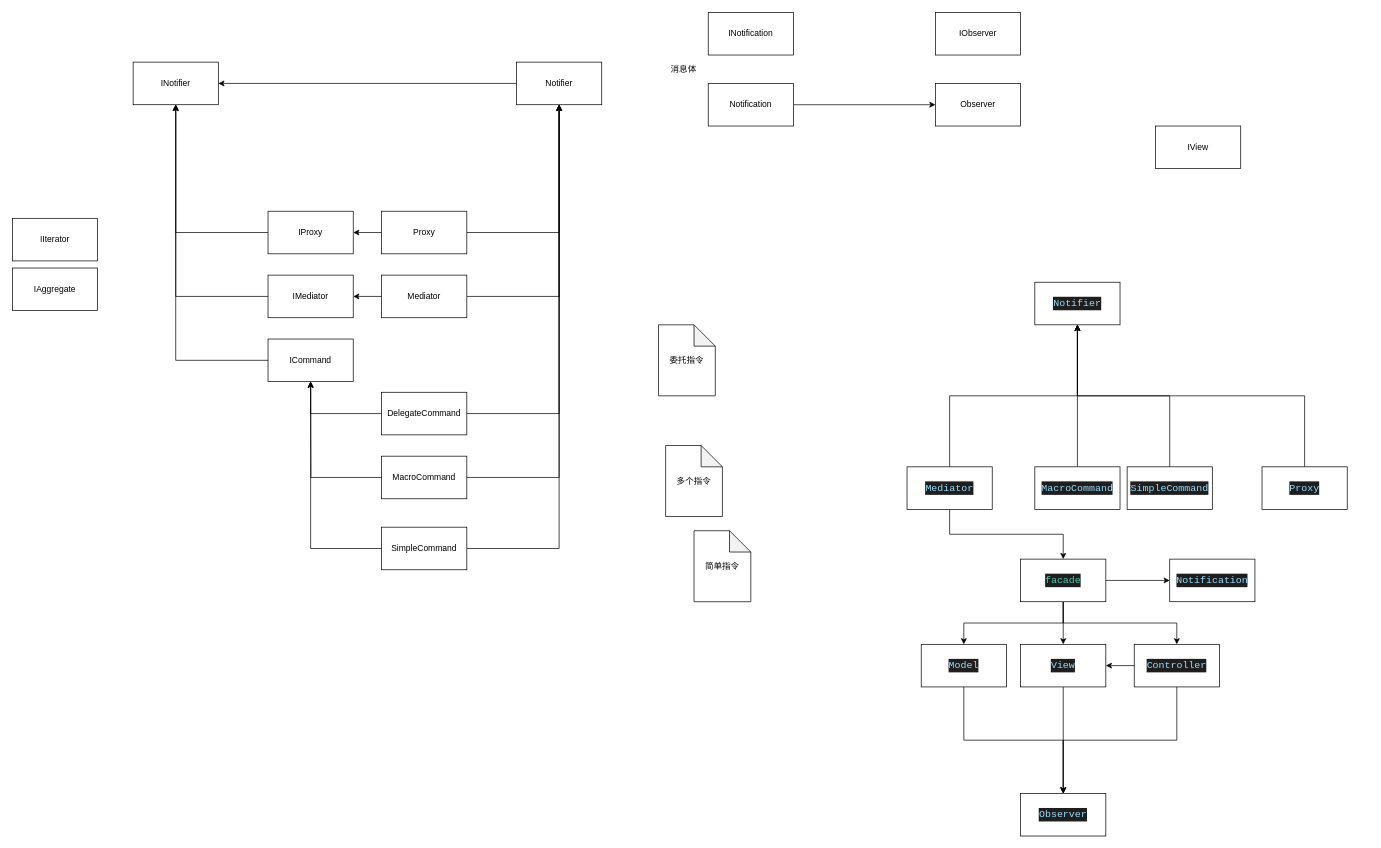
1995zmj/DesignPatterns_UE keeps this draw.io diagram as page "第 2 页" (6 of 7) of PureMVC.drawio. Above is the earlier version. Source tidied: cells renumbered, new cells numbered last; positions are measured from the earlier drawing's top-left corner, leaving out a move shared by most shapes. Both pictures are drawn from the tidied source at 71%, with x=0, y=0 at pixel (12, 12).
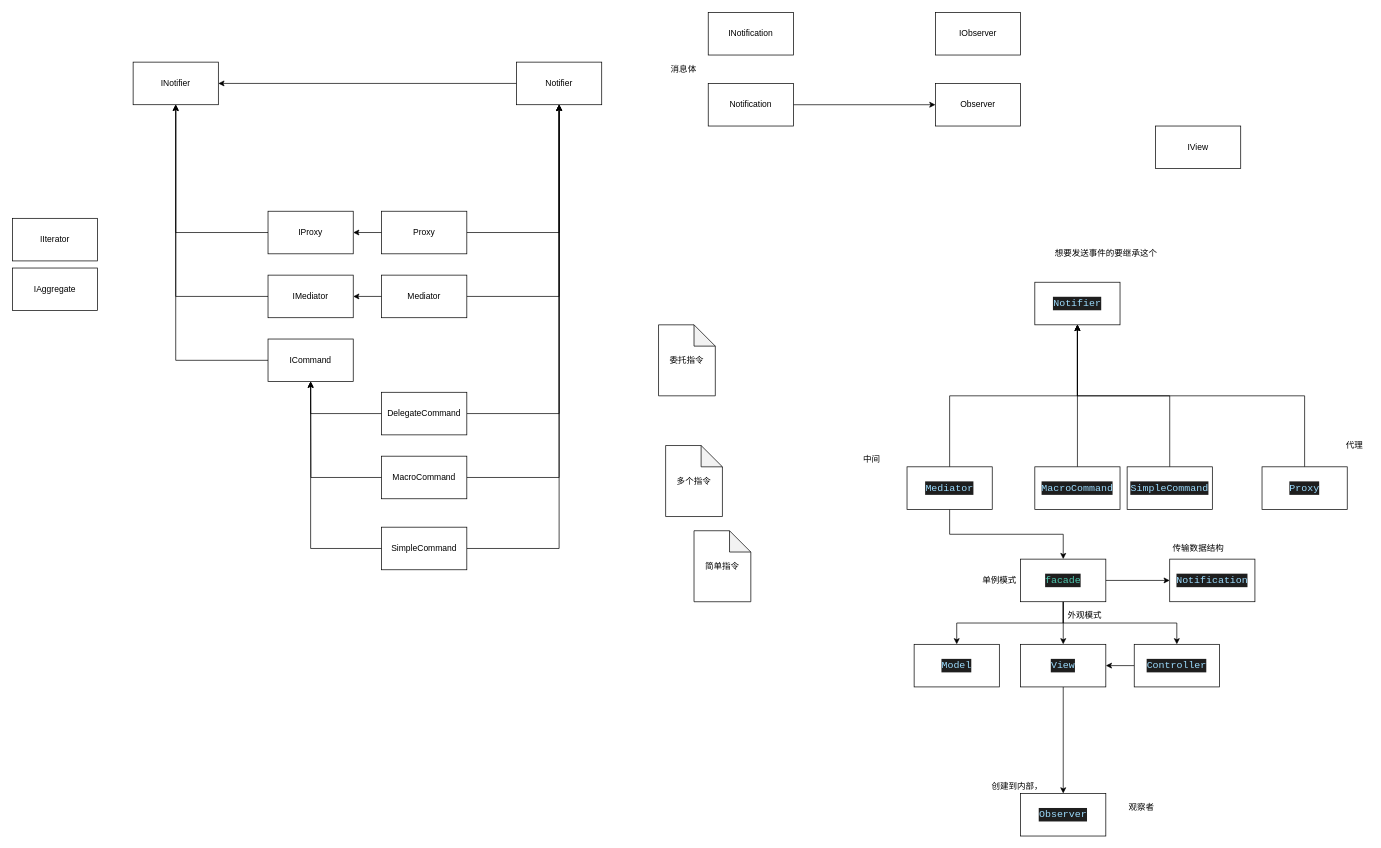
The same diagram, later.

The change refers to these unchanged cells:
```xml
<mxCell id="49" value="&lt;div style=&quot;color: rgb(212 , 212 , 212) ; background-color: rgb(30 , 30 , 30) ; font-family: &amp;#34;consolas&amp;#34; , &amp;#34;courier new&amp;#34; , monospace ; font-size: 14px ; line-height: 19px&quot;&gt;&lt;span style=&quot;color: #9cdcfe&quot;&gt;Controller&lt;/span&gt;&lt;/div&gt;" style="whiteSpace=wrap;html=1;" parent="1" vertex="1">
  <mxGeometry x="1580" y="890" width="120" height="60" as="geometry" />
</mxCell>
<mxCell id="50" value="&lt;div style=&quot;color: rgb(212 , 212 , 212) ; background-color: rgb(30 , 30 , 30) ; font-family: &amp;#34;consolas&amp;#34; , &amp;#34;courier new&amp;#34; , monospace ; font-size: 14px ; line-height: 19px&quot;&gt;&lt;span style=&quot;color: #9cdcfe&quot;&gt;Observer&lt;/span&gt;&lt;/div&gt;" style="whiteSpace=wrap;html=1;" parent="1" vertex="1">
  <mxGeometry x="1420" y="1100" width="120" height="60" as="geometry" />
</mxCell>
```

What changed in the source:
```diff
@@
-    <mxCell id="43" style="edgeStyle=orthogonalEdgeStyle;rounded=0;jettySize=auto;html=1;exitX=0.5;exitY=1;exitDx=0;exitDy=0;startArrow=none;startFill=0;" parent="1" edge="1" source="44" target="50">
-      <mxGeometry relative="1" as="geometry" />
-    </mxCell>
     <mxCell id="44" value="&lt;div style=&quot;color: rgb(212 , 212 , 212) ; background-color: rgb(30 , 30 , 30) ; font-family: &amp;#34;consolas&amp;#34; , &amp;#34;courier new&amp;#34; , monospace ; font-size: 14px ; line-height: 19px&quot;&gt;&lt;span style=&quot;color: #9cdcfe&quot;&gt;Model&lt;/span&gt;&lt;/div&gt;" style="whiteSpace=wrap;html=1;" parent="1" vertex="1">
-      <mxGeometry x="1280" y="890" width="120" height="60" as="geometry" />
+      <mxGeometry x="1270" y="890" width="120" height="60" as="geometry" />
     </mxCell>
@@
-    <mxCell id="48" style="edgeStyle=orthogonalEdgeStyle;rounded=0;jettySize=auto;html=1;exitX=0.5;exitY=1;exitDx=0;exitDy=0;entryX=0.5;entryY=0;entryDx=0;entryDy=0;startArrow=none;startFill=0;" parent="1" edge="1" source="49" target="50">
-      <mxGeometry relative="1" as="geometry" />
-    </mxCell>
@@
+    <mxCell id="62" value="单例模式" style="text;html=1;align=center;verticalAlign=middle;strokeColor=none;fillColor=none;" parent="1" vertex="1">
+      <mxGeometry x="1360" y="790" width="60" height="20" as="geometry" />
+    </mxCell>
+    <mxCell id="63" value="外观模式" style="text;html=1;align=center;verticalAlign=middle;strokeColor=none;fillColor=none;" parent="1" vertex="1">
+      <mxGeometry x="1480" y="840" width="60" height="20" as="geometry" />
+    </mxCell>
+    <mxCell id="64" value="传输数据结构" style="text;html=1;align=center;verticalAlign=middle;strokeColor=none;fillColor=none;" parent="1" vertex="1">
+      <mxGeometry x="1625" y="745" width="90" height="20" as="geometry" />
+    </mxCell>
+    <mxCell id="65" value="中间" style="text;html=1;align=center;verticalAlign=middle;strokeColor=none;fillColor=none;" parent="1" vertex="1">
+      <mxGeometry x="1190" y="620" width="40" height="20" as="geometry" />
+    </mxCell>
+    <mxCell id="66" value="代理" style="text;html=1;align=center;verticalAlign=middle;strokeColor=none;fillColor=none;" parent="1" vertex="1">
+      <mxGeometry x="1870" y="600" width="40" height="20" as="geometry" />
+    </mxCell>
+    <mxCell id="67" value="想要发送事件的要继承这个" style="text;html=1;align=center;verticalAlign=middle;strokeColor=none;fillColor=none;" parent="1" vertex="1">
+      <mxGeometry x="1460" y="330" width="160" height="20" as="geometry" />
+    </mxCell>
+    <mxCell id="68" value="观察者" style="text;html=1;align=center;verticalAlign=middle;strokeColor=none;fillColor=none;" parent="1" vertex="1">
+      <mxGeometry x="1565" y="1110" width="50" height="20" as="geometry" />
+    </mxCell>
+    <mxCell id="69" value="创建到内部，" style="text;html=1;align=center;verticalAlign=middle;strokeColor=none;fillColor=none;" parent="1" vertex="1">
+      <mxGeometry x="1370" y="1080" width="90" height="20" as="geometry" />
+    </mxCell>
```
